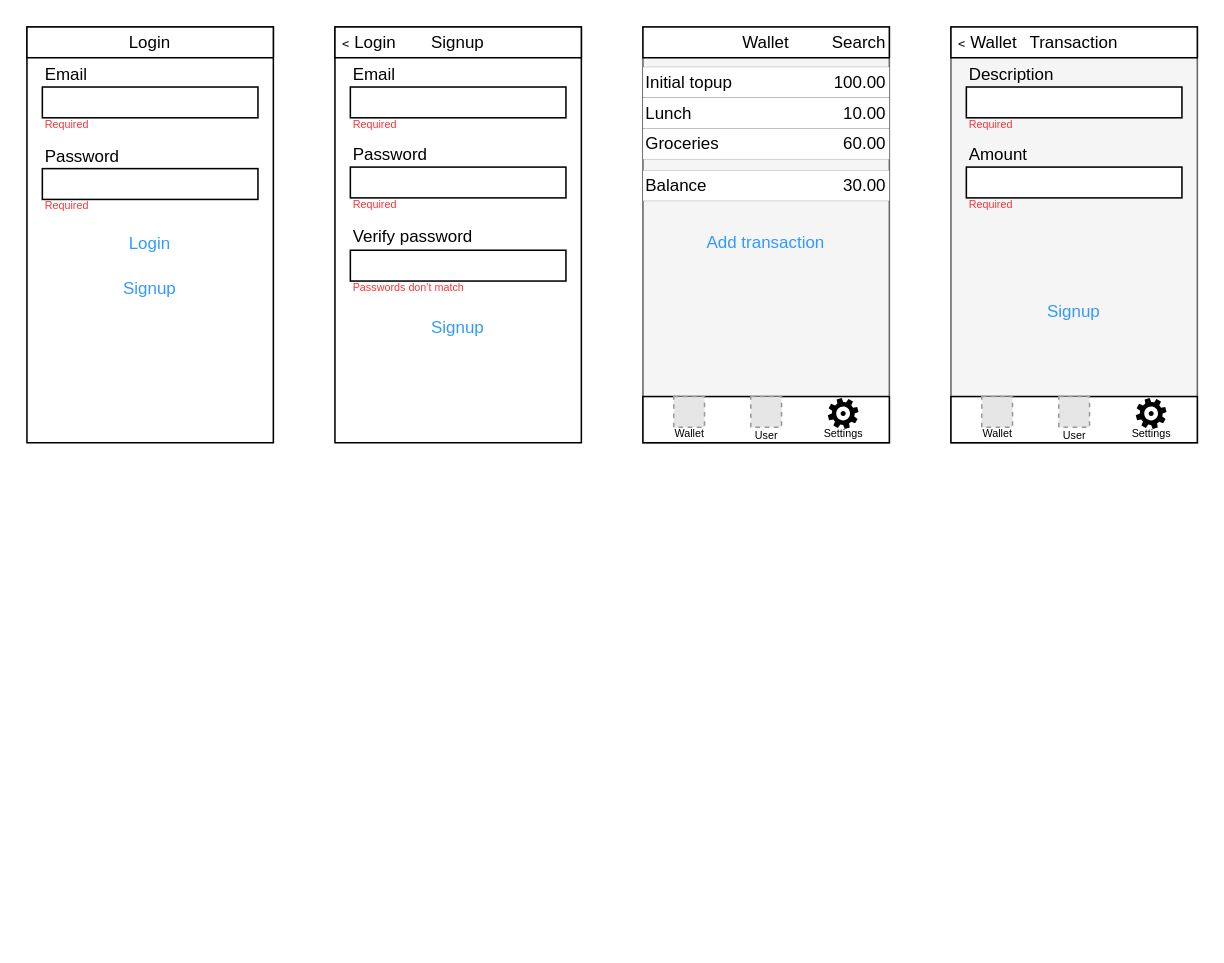
Before: PettyCash App Wireframes.drawio in irfanullahjan/cm3050-mobile-development, a draw.io diagram. Source tidied: cells renumbered, new cells numbered last; positions are measured from the earlier drawing's top-left corner, leaving out a move shared by most shapes. Both pictures are drawn from the tidied source at 154%, with x=0, y=0 at pixel (26, 26). Pictures stored in the file or linked from it are replaced by grey dashed boxes.
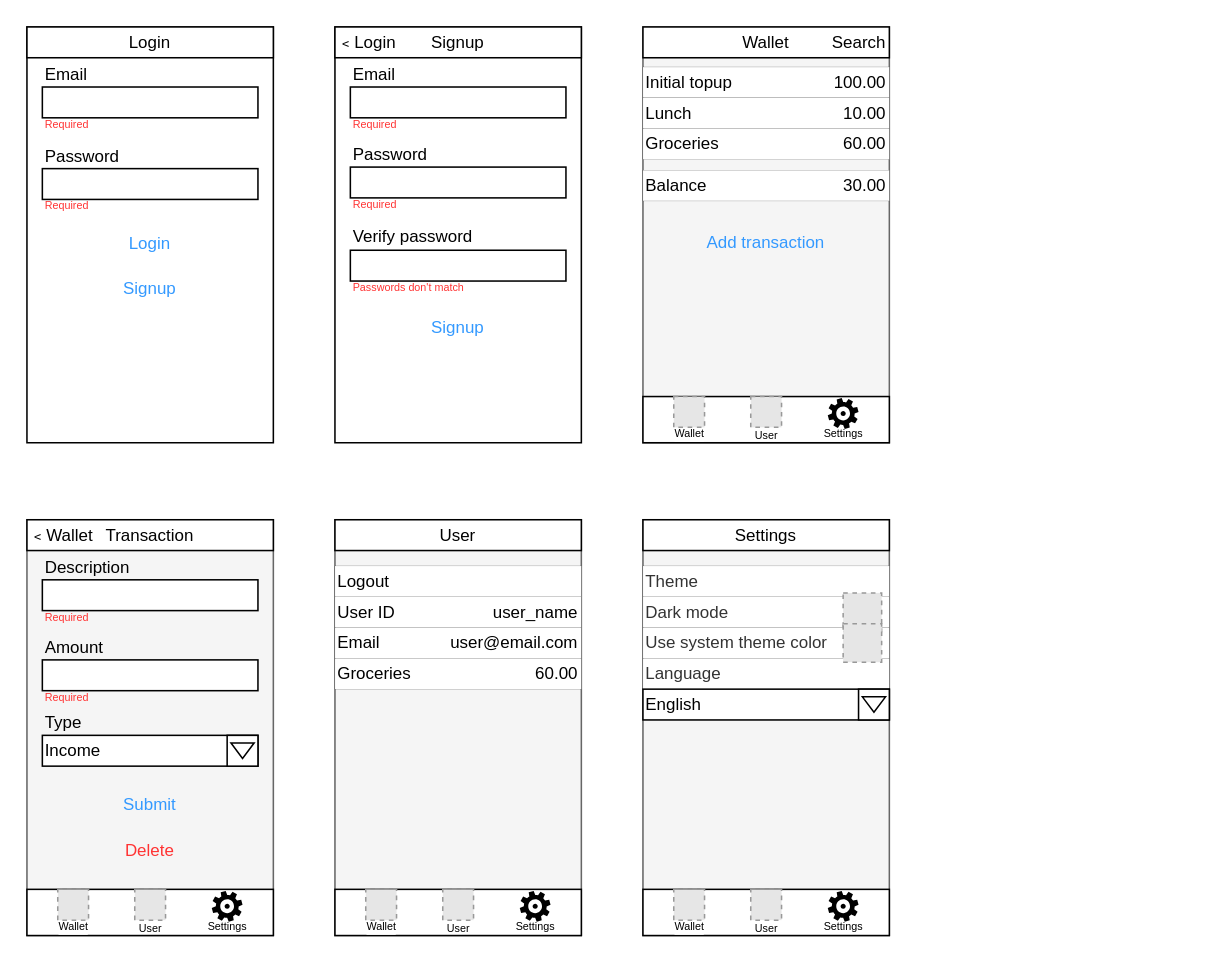
The same diagram, later.

Change to the diagram source:
```diff
@@
     <mxCell id="44" style="shape=document;whiteSpace=wrap;html=1;boundedLbl=1;size=0;fillColor=#f5f5f5;fontColor=#333333;strokeColor=#666666;fontSize=11;" parent="1" vertex="1">
-      <mxGeometry x="600" width="160" height="270" as="geometry" />
+      <mxGeometry y="320" width="160" height="270" as="geometry" />
     </mxCell>
     <mxCell id="45" value="Transaction" style="rounded=0;whiteSpace=wrap;html=1;fontSize=11;" parent="1" vertex="1">
-      <mxGeometry x="600" width="160" height="20" as="geometry" />
+      <mxGeometry y="320" width="160" height="20" as="geometry" />
     </mxCell>
     <mxCell id="46" style="rounded=0;whiteSpace=wrap;html=1;fontSize=11;fontColor=#3399FF;strokeColor=default;strokeWidth=1;fillColor=#FFFFFF;" parent="1" vertex="1">
-      <mxGeometry x="600" y="240" width="160" height="30" as="geometry" />
+      <mxGeometry y="560" width="160" height="30" as="geometry" />
     </mxCell>
     <mxCell id="47" value="Wallet" style="fillColor=#E6E6E6;strokeColor=#999999;dashed=1;verticalAlign=middle;verticalLabelPosition=bottom;labelBackgroundColor=#ffffff;fontSize=7;fontColor=#000000;html=1;spacing=0;spacingBottom=10;" parent="1" vertex="1">
-      <mxGeometry x="620" y="240" width="20" height="20" as="geometry" />
+      <mxGeometry x="20" y="560" width="20" height="20" as="geometry" />
     </mxCell>
     <mxCell id="48" value="User" style="fillColor=#E6E6E6;strokeColor=#999999;dashed=1;html=1;verticalAlign=bottom;verticalLabelPosition=bottom;labelBackgroundColor=none;fontSize=7;fontColor=#000000;spacingBottom=10;spacing=0;" parent="1" vertex="1">
-      <mxGeometry x="670" y="240" width="20" height="20" as="geometry" />
+      <mxGeometry x="70" y="560" width="20" height="20" as="geometry" />
     </mxCell>
     <mxCell id="49" value="Settings" style="sketch=0;shadow=0;dashed=0;html=1;strokeColor=none;fillColor=#000000;labelPosition=center;verticalLabelPosition=bottom;verticalAlign=bottom;align=center;shape=mxgraph.office.concepts.settings_office_365;fontSize=7;fontColor=#000000;spacingBottom=10;" parent="1" vertex="1">
-      <mxGeometry x="720" y="241" width="20" height="20" as="geometry" />
+      <mxGeometry x="120" y="561" width="20" height="20" as="geometry" />
     </mxCell>
     <mxCell id="50" value="&lt;span style=&quot;background-color: transparent; color: var(--black-800); font-family: var(--ff-mono); font-size: 11px; font-style: inherit; font-variant-ligatures: inherit; font-variant-caps: inherit; font-weight: inherit;&quot;&gt;﹤Wallet&lt;/span&gt;" style="text;html=1;strokeColor=none;fillColor=none;align=left;verticalAlign=middle;whiteSpace=wrap;rounded=0;fontSize=11;" parent="1" vertex="1">
-      <mxGeometry x="600" y="5" width="60" height="10" as="geometry" />
+      <mxGeometry y="325" width="60" height="10" as="geometry" />
     </mxCell>
     <mxCell id="51" style="rounded=0;whiteSpace=wrap;html=1;fontSize=11;" parent="1" vertex="1">
-      <mxGeometry x="610" y="39" width="140" height="20" as="geometry" />
+      <mxGeometry x="10" y="359" width="140" height="20" as="geometry" />
     </mxCell>
     <mxCell id="52" value="Description" style="text;html=1;strokeColor=none;fillColor=none;align=left;verticalAlign=middle;whiteSpace=wrap;rounded=0;fontSize=11;" parent="1" vertex="1">
-      <mxGeometry x="610" y="26" width="60" height="10" as="geometry" />
+      <mxGeometry x="10" y="346" width="60" height="10" as="geometry" />
     </mxCell>
     <mxCell id="53" value="Required" style="text;html=1;strokeColor=none;fillColor=none;align=left;verticalAlign=middle;whiteSpace=wrap;rounded=0;fontSize=7;fontColor=#FF3333;" parent="1" vertex="1">
-      <mxGeometry x="610" y="59" width="60" height="10" as="geometry" />
+      <mxGeometry x="10" y="379" width="60" height="10" as="geometry" />
     </mxCell>
     <mxCell id="54" style="rounded=0;whiteSpace=wrap;html=1;fontSize=11;" parent="1" vertex="1">
-      <mxGeometry x="610" y="91" width="140" height="20" as="geometry" />
+      <mxGeometry x="10" y="411" width="140" height="20" as="geometry" />
     </mxCell>
     <mxCell id="55" value="Amount" style="text;html=1;strokeColor=none;fillColor=none;align=left;verticalAlign=middle;whiteSpace=wrap;rounded=0;fontSize=11;" parent="1" vertex="1">
-      <mxGeometry x="610" y="78" width="60" height="10" as="geometry" />
+      <mxGeometry x="10" y="398" width="60" height="10" as="geometry" />
     </mxCell>
     <mxCell id="56" value="Required" style="text;html=1;strokeColor=none;fillColor=none;align=left;verticalAlign=middle;whiteSpace=wrap;rounded=0;fontSize=7;fontColor=#FF3333;" parent="1" vertex="1">
-      <mxGeometry x="610" y="111" width="60" height="10" as="geometry" />
+      <mxGeometry x="10" y="431" width="60" height="10" as="geometry" />
     </mxCell>
-    <mxCell id="57" value="Signup" style="text;html=1;strokeColor=none;fillColor=none;align=center;verticalAlign=middle;whiteSpace=wrap;rounded=0;fontSize=11;fontColor=#3399FF;" parent="1" vertex="1">
-      <mxGeometry x="650" y="175" width="60" height="20" as="geometry" />
+    <mxCell id="57" value="Submit" style="text;html=1;strokeColor=none;fillColor=none;align=center;verticalAlign=middle;whiteSpace=wrap;rounded=0;fontSize=11;fontColor=#3399FF;" parent="1" vertex="1">
+      <mxGeometry x="50" y="495" width="60" height="20" as="geometry" />
     </mxCell>
@@
+    <mxCell id="59" value="Income" style="rounded=0;whiteSpace=wrap;html=1;fontSize=11;align=left;" parent="1" vertex="1">
+      <mxGeometry x="10" y="460" width="140" height="20" as="geometry" />
+    </mxCell>
+    <mxCell id="60" value="Type" style="text;html=1;strokeColor=none;fillColor=none;align=left;verticalAlign=middle;whiteSpace=wrap;rounded=0;fontSize=11;" parent="1" vertex="1">
+      <mxGeometry x="10" y="447" width="60" height="10" as="geometry" />
+    </mxCell>
+    <mxCell id="61" style="rounded=0;whiteSpace=wrap;html=1;" parent="1" vertex="1">
+      <mxGeometry x="130" y="460" width="20" height="20" as="geometry" />
+    </mxCell>
+    <mxCell id="62" style="triangle;whiteSpace=wrap;html=1;rotation=90;" parent="1" vertex="1">
+      <mxGeometry x="135" y="462.5" width="10" height="15" as="geometry" />
+    </mxCell>
+    <mxCell id="63" style="shape=document;whiteSpace=wrap;html=1;boundedLbl=1;size=0;fillColor=#f5f5f5;fontColor=#333333;strokeColor=#666666;fontSize=11;" parent="1" vertex="1">
+      <mxGeometry x="200" y="320" width="160" height="270" as="geometry" />
+    </mxCell>
+    <mxCell id="64" style="rounded=0;whiteSpace=wrap;html=1;fillColor=#FFFFFF;fontColor=#333333;strokeColor=default;strokeWidth=0;perimeterSpacing=0;fontSize=11;" parent="1" vertex="1">
+      <mxGeometry x="200" y="370" width="160" height="20" as="geometry" />
+    </mxCell>
+    <mxCell id="65" value="User" style="rounded=0;whiteSpace=wrap;html=1;fontSize=11;" parent="1" vertex="1">
+      <mxGeometry x="200" y="320" width="160" height="20" as="geometry" />
+    </mxCell>
+    <mxCell id="66" value="User ID" style="text;html=1;strokeColor=none;fillColor=none;align=left;verticalAlign=middle;whiteSpace=wrap;rounded=0;fontSize=11;" parent="1" vertex="1">
+      <mxGeometry x="200" y="375" width="90" height="10" as="geometry" />
+    </mxCell>
+    <mxCell id="67" value="user_name" style="text;html=1;strokeColor=none;fillColor=none;align=right;verticalAlign=middle;whiteSpace=wrap;rounded=0;fontSize=11;" parent="1" vertex="1">
+      <mxGeometry x="270" y="375" width="90" height="10" as="geometry" />
+    </mxCell>
+    <mxCell id="68" style="rounded=0;whiteSpace=wrap;html=1;fillColor=#FFFFFF;fontColor=#333333;strokeColor=default;strokeWidth=0;fontSize=11;" parent="1" vertex="1">
+      <mxGeometry x="200" y="390" width="160" height="20" as="geometry" />
+    </mxCell>
+    <mxCell id="69" value="Email" style="text;html=1;strokeColor=none;fillColor=none;align=left;verticalAlign=middle;whiteSpace=wrap;rounded=0;fontSize=11;" parent="1" vertex="1">
+      <mxGeometry x="200" y="395" width="90" height="10" as="geometry" />
+    </mxCell>
+    <mxCell id="70" value="user@email.com" style="text;html=1;strokeColor=none;fillColor=none;align=right;verticalAlign=middle;whiteSpace=wrap;rounded=0;fontSize=11;" parent="1" vertex="1">
+      <mxGeometry x="270" y="395" width="90" height="10" as="geometry" />
+    </mxCell>
+    <mxCell id="71" style="rounded=0;whiteSpace=wrap;html=1;fillColor=#FFFFFF;fontColor=#333333;strokeColor=default;strokeWidth=0;fontSize=11;" parent="1" vertex="1">
+      <mxGeometry x="200" y="410" width="160" height="20" as="geometry" />
+    </mxCell>
+    <mxCell id="72" value="Groceries" style="text;html=1;strokeColor=none;fillColor=none;align=left;verticalAlign=middle;whiteSpace=wrap;rounded=0;fontSize=11;" parent="1" vertex="1">
+      <mxGeometry x="200" y="415" width="90" height="10" as="geometry" />
+    </mxCell>
+    <mxCell id="73" value="60.00" style="text;html=1;strokeColor=none;fillColor=none;align=right;verticalAlign=middle;whiteSpace=wrap;rounded=0;fontSize=11;" parent="1" vertex="1">
+      <mxGeometry x="270" y="415" width="90" height="10" as="geometry" />
+    </mxCell>
+    <mxCell id="74" style="rounded=0;whiteSpace=wrap;html=1;fontSize=11;fontColor=#3399FF;strokeColor=default;strokeWidth=1;fillColor=#FFFFFF;" parent="1" vertex="1">
+      <mxGeometry x="200" y="560" width="160" height="30" as="geometry" />
+    </mxCell>
+    <mxCell id="75" value="Wallet" style="fillColor=#E6E6E6;strokeColor=#999999;dashed=1;verticalAlign=middle;verticalLabelPosition=bottom;labelBackgroundColor=#ffffff;fontSize=7;fontColor=#000000;html=1;spacing=0;spacingBottom=10;" parent="1" vertex="1">
+      <mxGeometry x="220" y="560" width="20" height="20" as="geometry" />
+    </mxCell>
+    <mxCell id="76" value="User" style="fillColor=#E6E6E6;strokeColor=#999999;dashed=1;html=1;verticalAlign=bottom;verticalLabelPosition=bottom;labelBackgroundColor=none;fontSize=7;fontColor=#000000;spacingBottom=10;spacing=0;" parent="1" vertex="1">
+      <mxGeometry x="270" y="560" width="20" height="20" as="geometry" />
+    </mxCell>
+    <mxCell id="77" value="Settings" style="sketch=0;shadow=0;dashed=0;html=1;strokeColor=none;fillColor=#000000;labelPosition=center;verticalLabelPosition=bottom;verticalAlign=bottom;align=center;shape=mxgraph.office.concepts.settings_office_365;fontSize=7;fontColor=#000000;spacingBottom=10;" parent="1" vertex="1">
+      <mxGeometry x="320" y="561" width="20" height="20" as="geometry" />
+    </mxCell>
+    <mxCell id="78" style="rounded=0;whiteSpace=wrap;html=1;fillColor=#FFFFFF;fontColor=#333333;strokeColor=default;strokeWidth=0;perimeterSpacing=0;fontSize=11;" parent="1" vertex="1">
+      <mxGeometry x="200" y="350" width="160" height="20" as="geometry" />
+    </mxCell>
+    <mxCell id="79" value="Logout" style="text;html=1;strokeColor=none;fillColor=none;align=left;verticalAlign=middle;whiteSpace=wrap;rounded=0;fontSize=11;" parent="1" vertex="1">
+      <mxGeometry x="200" y="355" width="90" height="10" as="geometry" />
+    </mxCell>
+    <mxCell id="80" style="shape=document;whiteSpace=wrap;html=1;boundedLbl=1;size=0;fillColor=#f5f5f5;fontColor=#333333;strokeColor=#666666;fontSize=11;" parent="1" vertex="1">
+      <mxGeometry x="400" y="320" width="160" height="270" as="geometry" />
+    </mxCell>
+    <mxCell id="81" value="Dark mode" style="rounded=0;whiteSpace=wrap;html=1;fillColor=#FFFFFF;fontColor=#333333;strokeColor=default;strokeWidth=0;perimeterSpacing=0;fontSize=11;align=left;" parent="1" vertex="1">
+      <mxGeometry x="400" y="370" width="160" height="20" as="geometry" />
+    </mxCell>
+    <mxCell id="82" value="Settings" style="rounded=0;whiteSpace=wrap;html=1;fontSize=11;" parent="1" vertex="1">
+      <mxGeometry x="400" y="320" width="160" height="20" as="geometry" />
+    </mxCell>
+    <mxCell id="83" value="Use system theme color" style="rounded=0;whiteSpace=wrap;html=1;fillColor=#FFFFFF;fontColor=#333333;strokeColor=default;strokeWidth=0;fontSize=11;align=left;" parent="1" vertex="1">
+      <mxGeometry x="400" y="390" width="160" height="20" as="geometry" />
+    </mxCell>
+    <mxCell id="84" value="Language" style="rounded=0;whiteSpace=wrap;html=1;fillColor=#FFFFFF;fontColor=#333333;strokeColor=default;strokeWidth=0;fontSize=11;align=left;" parent="1" vertex="1">
+      <mxGeometry x="400" y="410" width="160" height="20" as="geometry" />
+    </mxCell>
+    <mxCell id="85" style="rounded=0;whiteSpace=wrap;html=1;fontSize=11;fontColor=#3399FF;strokeColor=default;strokeWidth=1;fillColor=#FFFFFF;" parent="1" vertex="1">
+      <mxGeometry x="400" y="560" width="160" height="30" as="geometry" />
+    </mxCell>
+    <mxCell id="86" value="Wallet" style="fillColor=#E6E6E6;strokeColor=#999999;dashed=1;verticalAlign=middle;verticalLabelPosition=bottom;labelBackgroundColor=#ffffff;fontSize=7;fontColor=#000000;html=1;spacing=0;spacingBottom=10;" parent="1" vertex="1">
+      <mxGeometry x="420" y="560" width="20" height="20" as="geometry" />
+    </mxCell>
+    <mxCell id="87" value="User" style="fillColor=#E6E6E6;strokeColor=#999999;dashed=1;html=1;verticalAlign=bottom;verticalLabelPosition=bottom;labelBackgroundColor=none;fontSize=7;fontColor=#000000;spacingBottom=10;spacing=0;" parent="1" vertex="1">
+      <mxGeometry x="470" y="560" width="20" height="20" as="geometry" />
+    </mxCell>
+    <mxCell id="88" value="Settings" style="sketch=0;shadow=0;dashed=0;html=1;strokeColor=none;fillColor=#000000;labelPosition=center;verticalLabelPosition=bottom;verticalAlign=bottom;align=center;shape=mxgraph.office.concepts.settings_office_365;fontSize=7;fontColor=#000000;spacingBottom=10;" parent="1" vertex="1">
+      <mxGeometry x="520" y="561" width="20" height="20" as="geometry" />
+    </mxCell>
+    <mxCell id="89" value="Theme" style="rounded=0;whiteSpace=wrap;html=1;fillColor=#FFFFFF;fontColor=#333333;strokeColor=default;strokeWidth=0;perimeterSpacing=0;fontSize=11;align=left;" parent="1" vertex="1">
+      <mxGeometry x="400" y="350" width="160" height="20" as="geometry" />
+    </mxCell>
+    <mxCell id="90" style="fillColor=#E6E6E6;strokeColor=#999999;dashed=1;html=1;verticalAlign=top;verticalLabelPosition=bottom;labelBackgroundColor=#ffffff;" parent="1" vertex="1">
+      <mxGeometry x="530" y="367.5" width="25" height="25" as="geometry" />
+    </mxCell>
+    <mxCell id="91" style="fillColor=#E6E6E6;strokeColor=#999999;dashed=1;html=1;verticalAlign=top;verticalLabelPosition=bottom;labelBackgroundColor=#ffffff;" parent="1" vertex="1">
+      <mxGeometry x="530" y="387.5" width="25" height="25" as="geometry" />
+    </mxCell>
+    <mxCell id="92" value="English" style="rounded=0;whiteSpace=wrap;html=1;fontSize=11;align=left;" parent="1" vertex="1">
+      <mxGeometry x="400" y="430" width="160" height="20" as="geometry" />
+    </mxCell>
+    <mxCell id="93" style="rounded=0;whiteSpace=wrap;html=1;" parent="1" vertex="1">
+      <mxGeometry x="540" y="430" width="20" height="20" as="geometry" />
+    </mxCell>
+    <mxCell id="94" style="triangle;whiteSpace=wrap;html=1;rotation=90;" parent="1" vertex="1">
+      <mxGeometry x="545" y="432.5" width="10" height="15" as="geometry" />
+    </mxCell>
+    <mxCell id="95" value="Delete" style="text;html=1;strokeColor=none;fillColor=none;align=center;verticalAlign=middle;whiteSpace=wrap;rounded=0;fontSize=11;fontColor=#FF3333;" parent="1" vertex="1">
+      <mxGeometry x="50" y="525" width="60" height="20" as="geometry" />
+    </mxCell>
```
